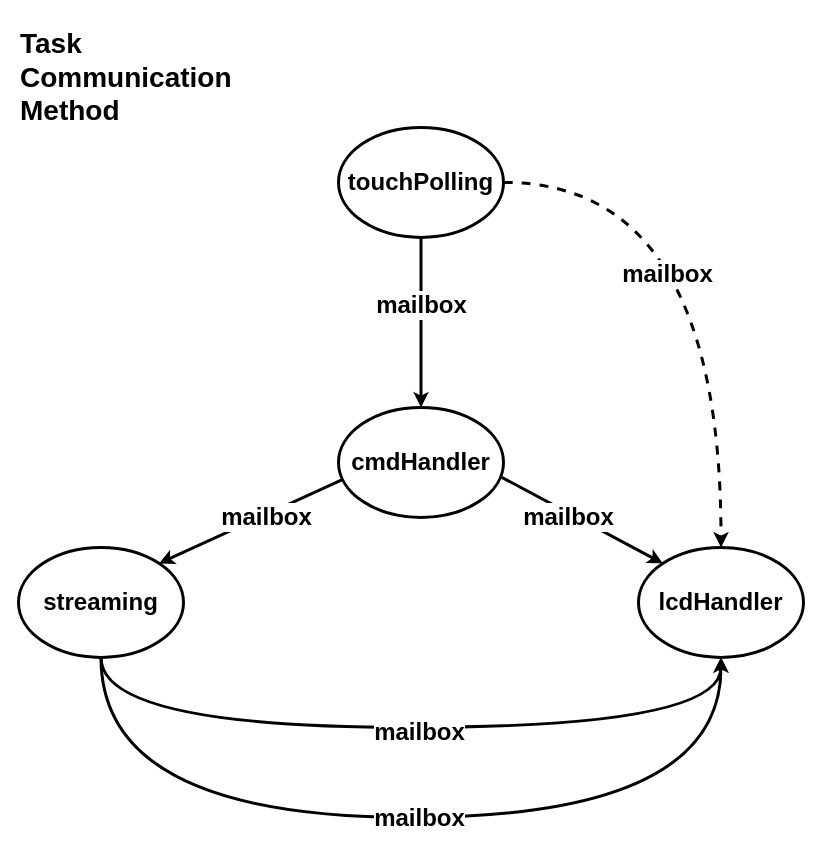
This is Project/doc/diagrams/taskCommunication.drawio from baldwinvs/embsys105, a draw.io file, before an edit. Source tidied: cells renumbered, new cells numbered last; positions are measured from the earlier drawing's top-left corner, leaving out a move shared by most shapes. Both pictures are drawn from the tidied source at 100%, with x=0, y=0 at pixel (18, 17).
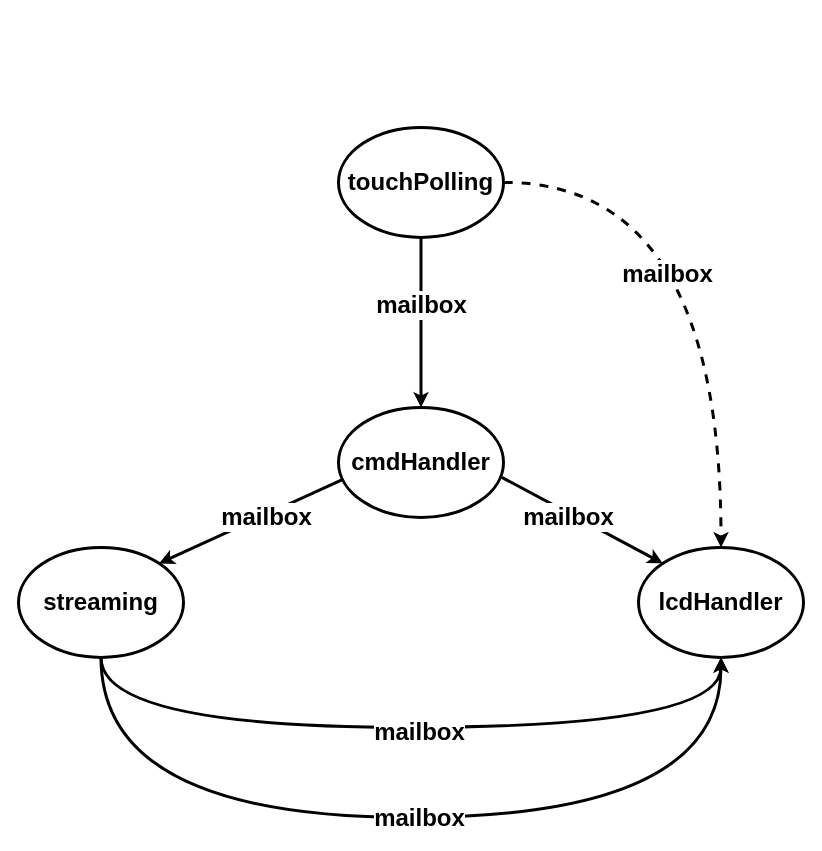
The same diagram, later.

Diff of the diagram source:
```diff
@@
-    <mxCell id="18" value="&lt;span style=&quot;font-size: 28px&quot;&gt;&lt;b&gt;Task&lt;br&gt;Communication Method&lt;/b&gt;&lt;/span&gt;" style="text;html=1;strokeColor=none;fillColor=none;align=left;verticalAlign=middle;whiteSpace=wrap;rounded=0;" parent="1" vertex="1">
-      <mxGeometry width="200" height="120" as="geometry" />
-    </mxCell>
```
